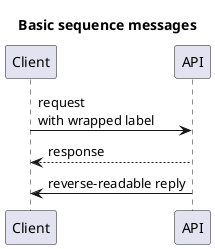
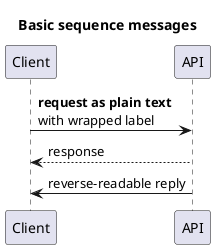
@startuml
title Basic sequence messages
participant Client
participant API
- Client->API: request\nwith wrapped label
+ Client->API: **request** <b>as plain text</b>\nwith wrapped label
API --> Client: response
Client <- API: reverse-readable reply
@enduml
